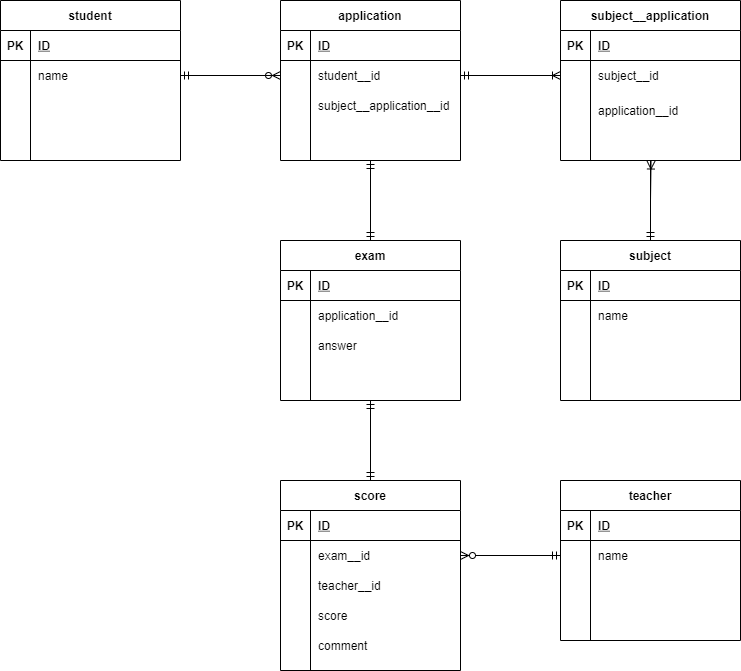
Earlier version of the draw.io export index.drawio.png (Tommy-maple/Database). Source tidied: cells renumbered, new cells last; positions are measured from the earlier drawing's top-left corner, leaving out a move shared by most shapes.
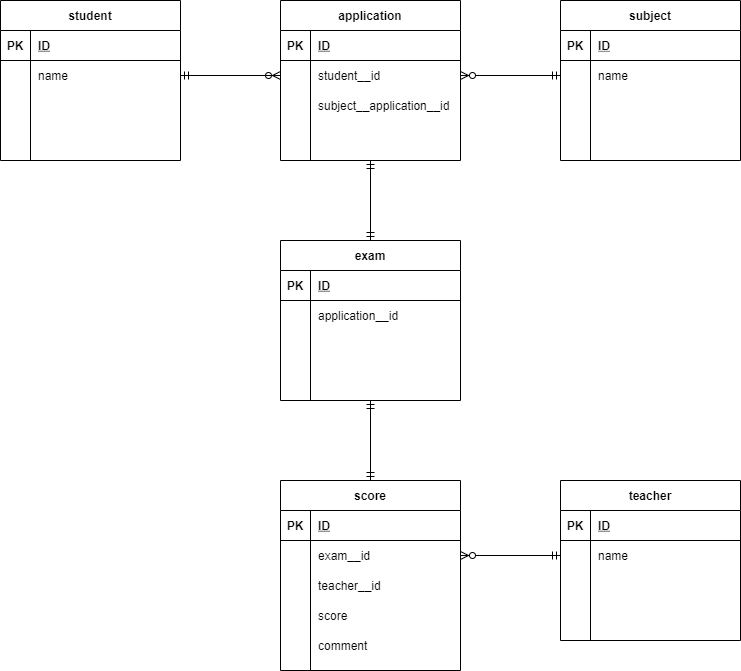
Later version of the same file.

The edit, as a diff of the source:
```diff
@@ -91,53 +91,6 @@
         <mxPoint x="180" y="75" as="targetPoint" />
       </mxGeometry>
     </mxCell>
-    <mxCell id="31" style="edgeStyle=orthogonalEdgeStyle;rounded=0;jettySize=auto;html=1;entryX=0.5;entryY=0;entryDx=0;entryDy=0;endArrow=ERmandOne;endFill=0;" parent="1" edge="1" source="32" target="93">
-      <mxGeometry relative="1" as="geometry" />
-    </mxCell>
-    <mxCell id="32" value="subject__application" style="shape=table;startSize=30;rowLines=0;fontStyle=1;align=center;" parent="1" vertex="1">
-      <mxGeometry x="560" width="180" height="160" as="geometry" />
-    </mxCell>
-    <mxCell id="33" style="shape=partialRectangle;fillColor=none;top=0;left=0;bottom=1;right=0;" parent="32" vertex="1">
-      <mxGeometry y="30" width="180" height="30" as="geometry" />
-    </mxCell>
-    <mxCell id="34" value="PK" style="shape=partialRectangle;fillColor=none;top=0;left=0;bottom=0;right=0;fontStyle=1;overflow=hidden;" parent="33" vertex="1">
-      <mxGeometry width="30" height="30" as="geometry" />
-    </mxCell>
-    <mxCell id="35" value="ID" style="shape=partialRectangle;fillColor=none;top=0;left=0;bottom=0;right=0;align=left;spacingLeft=6;fontStyle=5;overflow=hidden;" parent="33" vertex="1">
-      <mxGeometry x="30" width="150" height="30" as="geometry" />
-    </mxCell>
-    <mxCell id="36" style="shape=partialRectangle;fillColor=none;top=0;left=0;bottom=0;right=0;points=[[0,0.5],[1,0.5]];portConstraint=eastwest;" parent="32" vertex="1">
-      <mxGeometry y="60" width="180" height="30" as="geometry" />
-    </mxCell>
-    <mxCell id="37" style="shape=partialRectangle;fillColor=none;top=0;left=0;bottom=0;right=0;overflow=hidden;" parent="36" vertex="1">
-      <mxGeometry width="30" height="30" as="geometry" />
-    </mxCell>
-    <mxCell id="38" value="subject__id" style="shape=partialRectangle;fillColor=none;top=0;left=0;bottom=0;right=0;align=left;spacingLeft=6;overflow=hidden;" parent="36" vertex="1">
-      <mxGeometry x="30" width="150" height="30" as="geometry" />
-    </mxCell>
-    <mxCell id="39" style="shape=partialRectangle;fillColor=none;top=0;left=0;bottom=0;right=0;" parent="32" vertex="1">
-      <mxGeometry y="90" width="180" height="40" as="geometry" />
-    </mxCell>
-    <mxCell id="40" style="shape=partialRectangle;fillColor=none;top=0;left=0;bottom=0;right=0;overflow=hidden;" parent="39" vertex="1">
-      <mxGeometry width="30" height="40" as="geometry" />
-    </mxCell>
-    <mxCell id="41" value="application__id" style="shape=partialRectangle;fillColor=none;top=0;left=0;bottom=0;right=0;align=left;spacingLeft=6;overflow=hidden;" parent="39" vertex="1">
-      <mxGeometry x="30" width="150" height="40" as="geometry" />
-    </mxCell>
-    <mxCell id="42" style="shape=partialRectangle;fillColor=none;top=0;left=0;bottom=0;right=0;points=[[0,0.5],[1,0.5]];portConstraint=eastwest;" parent="32" vertex="1">
-      <mxGeometry y="130" width="180" height="30" as="geometry" />
-    </mxCell>
-    <mxCell id="43" style="shape=partialRectangle;fillColor=none;top=0;left=0;bottom=0;right=0;overflow=hidden;" parent="42" vertex="1">
-      <mxGeometry width="30" height="30" as="geometry" />
-    </mxCell>
-    <mxCell id="44" style="shape=partialRectangle;fillColor=none;top=0;left=0;bottom=0;right=0;align=left;spacingLeft=6;overflow=hidden;" parent="42" vertex="1">
-      <mxGeometry x="30" width="150" height="30" as="geometry" />
-    </mxCell>
-    <mxCell id="45" style="edgeStyle=orthogonalEdgeStyle;rounded=0;jettySize=auto;html=1;endArrow=ERmandOne;endFill=0;" parent="1" edge="1" source="36">
-      <mxGeometry relative="1" as="geometry">
-        <mxPoint x="460" y="75" as="targetPoint" />
-      </mxGeometry>
-    </mxCell>
     <mxCell id="46" style="edgeStyle=orthogonalEdgeStyle;rounded=0;jettySize=auto;html=1;exitX=0.5;exitY=0;exitDx=0;exitDy=0;entryX=0.5;entryY=1;entryDx=0;entryDy=0;endArrow=ERmandOne;endFill=0;" parent="1" edge="1" source="48" target="16">
       <mxGeometry relative="1" as="geometry" />
     </mxCell>
@@ -171,7 +124,7 @@
     <mxCell id="56" style="shape=partialRectangle;fillColor=none;top=0;left=0;bottom=0;right=0;overflow=hidden;" parent="55" vertex="1">
       <mxGeometry width="30" height="30" as="geometry" />
     </mxCell>
-    <mxCell id="57" value="answer" style="shape=partialRectangle;fillColor=none;top=0;left=0;bottom=0;right=0;align=left;spacingLeft=6;overflow=hidden;" parent="55" vertex="1">
+    <mxCell id="57" style="shape=partialRectangle;fillColor=none;top=0;left=0;bottom=0;right=0;align=left;spacingLeft=6;overflow=hidden;" parent="55" vertex="1">
       <mxGeometry x="30" width="150" height="30" as="geometry" />
     </mxCell>
     <mxCell id="58" style="shape=partialRectangle;fillColor=none;top=0;left=0;bottom=0;right=0;" parent="48" vertex="1">
@@ -273,16 +226,8 @@
     <mxCell id="90" style="shape=partialRectangle;fillColor=none;top=0;left=0;bottom=0;right=0;align=left;spacingLeft=6;overflow=hidden;" parent="88" vertex="1">
       <mxGeometry x="30" width="150" height="30" as="geometry" />
     </mxCell>
-    <mxCell id="91" style="edgeStyle=orthogonalEdgeStyle;rounded=0;jettySize=auto;html=1;endArrow=ERoneToMany;endFill=0;" parent="1" edge="1" source="20">
-      <mxGeometry relative="1" as="geometry">
-        <mxPoint x="560" y="75" as="targetPoint" />
-      </mxGeometry>
-    </mxCell>
-    <mxCell id="92" style="edgeStyle=orthogonalEdgeStyle;rounded=0;jettySize=auto;html=1;entryX=0.503;entryY=1.017;entryDx=0;entryDy=0;entryPerimeter=0;endArrow=ERoneToMany;endFill=0;" parent="1" edge="1" source="93" target="42">
-      <mxGeometry relative="1" as="geometry" />
-    </mxCell>
     <mxCell id="93" value="subject" style="shape=table;startSize=30;rowLines=0;fontStyle=1;align=center;" parent="1" vertex="1">
-      <mxGeometry x="560" y="240" width="180" height="160" as="geometry" />
+      <mxGeometry x="560" width="180" height="160" as="geometry" />
     </mxCell>
     <mxCell id="94" style="shape=partialRectangle;fillColor=none;top=0;left=0;bottom=1;right=0;" parent="93" vertex="1">
       <mxGeometry y="30" width="180" height="30" as="geometry" />
@@ -328,5 +273,13 @@
         <mxPoint x="460" y="555" as="targetPoint" />
       </mxGeometry>
     </mxCell>
+    <mxCell id="108" style="edgeStyle=orthogonalEdgeStyle;rounded=0;jettySize=auto;html=1;entryX=0;entryY=0.5;entryDx=0;entryDy=0;endArrow=ERmandOne;endFill=0;" parent="1" edge="1" source="20" target="97">
+      <mxGeometry relative="1" as="geometry" />
+    </mxCell>
+    <mxCell id="109" style="edgeStyle=orthogonalEdgeStyle;rounded=0;jettySize=auto;html=1;endArrow=ERzeroToMany;endFill=1;" parent="1" edge="1" source="97">
+      <mxGeometry relative="1" as="geometry">
+        <mxPoint x="460" y="75" as="targetPoint" />
+      </mxGeometry>
+    </mxCell>
   </root>
 </mxGraphModel>
```
